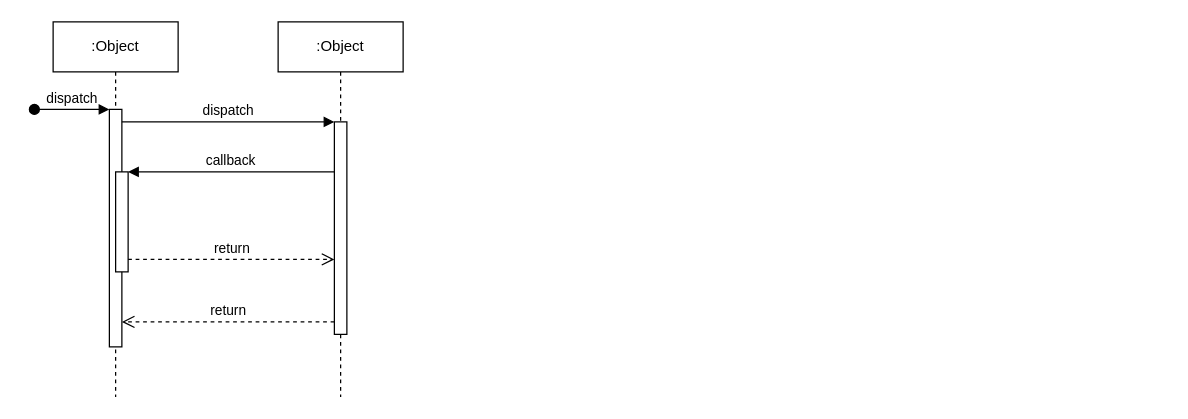
This is public/sequence diagram.drawio from Ebrahim-Ramadan/myfitrainer-app, a draw.io file, before an edit. Source tidied: cells renumbered, new cells numbered last; positions are measured from the earlier drawing's top-left corner, leaving out a move shared by most shapes. Both pictures are drawn from the tidied source at 125%, with x=0, y=0 at pixel (34, 21).
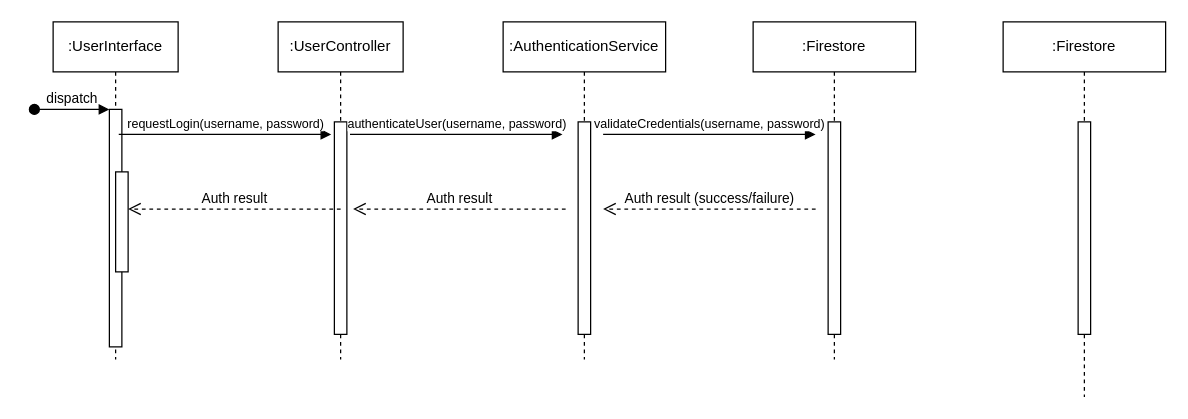
After the change.

The change refers to these unchanged cells:
```xml
<mxCell id="3" style="html=1;points=[];perimeter=orthogonalPerimeter;outlineConnect=0;targetShapes=umlLifeline;portConstraint=eastwest;newEdgeStyle={&quot;edgeStyle&quot;:&quot;elbowEdgeStyle&quot;,&quot;elbow&quot;:&quot;vertical&quot;,&quot;curved&quot;:0,&quot;rounded&quot;:0};" parent="2" vertex="1">
  <mxGeometry x="45" y="70" width="10" height="190" as="geometry" />
</mxCell>
<mxCell id="5" style="html=1;points=[];perimeter=orthogonalPerimeter;outlineConnect=0;targetShapes=umlLifeline;portConstraint=eastwest;newEdgeStyle={&quot;edgeStyle&quot;:&quot;elbowEdgeStyle&quot;,&quot;elbow&quot;:&quot;vertical&quot;,&quot;curved&quot;:0,&quot;rounded&quot;:0};" parent="2" vertex="1">
  <mxGeometry x="50" y="120" width="10" height="80" as="geometry" />
</mxCell>
<mxCell id="7" style="html=1;points=[];perimeter=orthogonalPerimeter;outlineConnect=0;targetShapes=umlLifeline;portConstraint=eastwest;newEdgeStyle={&quot;edgeStyle&quot;:&quot;elbowEdgeStyle&quot;,&quot;elbow&quot;:&quot;vertical&quot;,&quot;curved&quot;:0,&quot;rounded&quot;:0};" parent="6" vertex="1">
  <mxGeometry x="45" y="80" width="10" height="170" as="geometry" />
</mxCell>
```

What changed in the source:
```diff
@@
-    <mxCell id="2" value=":Object" style="shape=umlLifeline;perimeter=lifelinePerimeter;whiteSpace=wrap;html=1;newEdgeStyle={&quot;edgeStyle&quot;:&quot;elbowEdgeStyle&quot;,&quot;elbow&quot;:&quot;vertical&quot;,&quot;curved&quot;:0,&quot;rounded&quot;:0};" parent="1" vertex="1">
-      <mxGeometry x="15" width="100" height="300" as="geometry" />
+    <mxCell id="2" value=":UserInterface" style="shape=umlLifeline;perimeter=lifelinePerimeter;whiteSpace=wrap;html=1;newEdgeStyle={&quot;edgeStyle&quot;:&quot;elbowEdgeStyle&quot;,&quot;elbow&quot;:&quot;vertical&quot;,&quot;curved&quot;:0,&quot;rounded&quot;:0};" parent="1" vertex="1">
+      <mxGeometry x="15" width="100" height="270" as="geometry" />
     </mxCell>
@@
-    <mxCell id="6" value=":Object" style="shape=umlLifeline;perimeter=lifelinePerimeter;whiteSpace=wrap;html=1;newEdgeStyle={&quot;edgeStyle&quot;:&quot;elbowEdgeStyle&quot;,&quot;elbow&quot;:&quot;vertical&quot;,&quot;curved&quot;:0,&quot;rounded&quot;:0};" parent="1" vertex="1">
-      <mxGeometry x="195" width="100" height="300" as="geometry" />
+    <mxCell id="6" value=":UserController" style="shape=umlLifeline;perimeter=lifelinePerimeter;whiteSpace=wrap;html=1;newEdgeStyle={&quot;edgeStyle&quot;:&quot;elbowEdgeStyle&quot;,&quot;elbow&quot;:&quot;vertical&quot;,&quot;curved&quot;:0,&quot;rounded&quot;:0};" parent="1" vertex="1">
+      <mxGeometry x="195" width="100" height="270" as="geometry" />
     </mxCell>
@@
-    <mxCell id="8" value="dispatch" style="html=1;verticalAlign=bottom;endArrow=block;edgeStyle=elbowEdgeStyle;elbow=vertical;curved=0;rounded=0;" parent="1" edge="1" source="3" target="7">
+    <mxCell id="8" value="&lt;div&gt;&lt;font style=&quot;font-size: 10px;&quot;&gt;requestLogin(username, password)&lt;/font&gt;&lt;/div&gt;" style="html=1;verticalAlign=bottom;endArrow=block;edgeStyle=elbowEdgeStyle;elbow=vertical;curved=0;rounded=0;" parent="1" edge="1">
       <mxGeometry relative="1" as="geometry">
+        <mxPoint x="67.5" y="90" as="sourcePoint" />
+        <mxPoint x="237.5" y="90" as="targetPoint" />
         <Array as="points">
-          <mxPoint x="155" y="80" />
+          <mxPoint x="152.5" y="90" />
         </Array>
       </mxGeometry>
     </mxCell>
-    <mxCell id="9" value="return" style="html=1;verticalAlign=bottom;endArrow=open;dashed=1;endSize=8;edgeStyle=elbowEdgeStyle;elbow=vertical;curved=0;rounded=0;" parent="1" edge="1" source="7" target="3">
+    <mxCell id="9" value="&lt;div&gt;Auth result (success/failure)&lt;/div&gt;" style="html=1;verticalAlign=bottom;endArrow=open;dashed=1;endSize=8;edgeStyle=elbowEdgeStyle;elbow=vertical;curved=0;rounded=0;" parent="1" edge="1">
       <mxGeometry relative="1" as="geometry">
+        <mxPoint x="625" y="149.7" as="sourcePoint" />
+        <mxPoint x="455" y="149.7" as="targetPoint" />
         <Array as="points">
-          <mxPoint x="165" y="240" />
+          <mxPoint x="550" y="149.7" />
         </Array>
       </mxGeometry>
     </mxCell>
-    <mxCell id="10" value="callback" style="html=1;verticalAlign=bottom;endArrow=block;edgeStyle=elbowEdgeStyle;elbow=vertical;curved=0;rounded=0;" parent="1" edge="1" source="7" target="5">
-      <mxGeometry relative="1" as="geometry">
-        <Array as="points">
-          <mxPoint x="165" y="120" />
-        </Array>
-      </mxGeometry>
-    </mxCell>
-    <mxCell id="11" value="return" style="html=1;verticalAlign=bottom;endArrow=open;dashed=1;endSize=8;edgeStyle=elbowEdgeStyle;elbow=vertical;curved=0;rounded=0;" parent="1" edge="1" source="5" target="7">
-      <mxGeometry relative="1" as="geometry">
-        <Array as="points">
-          <mxPoint x="155" y="190" />
-        </Array>
-      </mxGeometry>
-    </mxCell>
+    <mxCell id="12" value=":AuthenticationService" style="shape=umlLifeline;perimeter=lifelinePerimeter;whiteSpace=wrap;html=1;newEdgeStyle={&quot;edgeStyle&quot;:&quot;elbowEdgeStyle&quot;,&quot;elbow&quot;:&quot;vertical&quot;,&quot;curved&quot;:0,&quot;rounded&quot;:0};" parent="1" vertex="1">
+      <mxGeometry x="375" width="130" height="270" as="geometry" />
+    </mxCell>
+    <mxCell id="13" style="html=1;perimeter=orthogonalPerimeter;targetShapes=umlLifeline;newEdgeStyle={&quot;edgeStyle&quot;:&quot;elbowEdgeStyle&quot;,&quot;elbow&quot;:&quot;vertical&quot;,&quot;curved&quot;:0,&quot;rounded&quot;:0};" parent="12" vertex="1">
+      <mxGeometry x="60" y="80" width="10" height="170" as="geometry" />
+    </mxCell>
+    <mxCell id="14" value=":Firestore" style="shape=umlLifeline;perimeter=lifelinePerimeter;whiteSpace=wrap;html=1;newEdgeStyle={&quot;edgeStyle&quot;:&quot;elbowEdgeStyle&quot;,&quot;elbow&quot;:&quot;vertical&quot;,&quot;curved&quot;:0,&quot;rounded&quot;:0};" parent="1" vertex="1">
+      <mxGeometry x="575" width="130" height="270" as="geometry" />
+    </mxCell>
+    <mxCell id="15" style="html=1;perimeter=orthogonalPerimeter;targetShapes=umlLifeline;newEdgeStyle={&quot;edgeStyle&quot;:&quot;elbowEdgeStyle&quot;,&quot;elbow&quot;:&quot;vertical&quot;,&quot;curved&quot;:0,&quot;rounded&quot;:0};" parent="14" vertex="1">
+      <mxGeometry x="60" y="80" width="10" height="170" as="geometry" />
+    </mxCell>
+    <mxCell id="16" value=":Firestore" style="shape=umlLifeline;perimeter=lifelinePerimeter;whiteSpace=wrap;html=1;newEdgeStyle={&quot;edgeStyle&quot;:&quot;elbowEdgeStyle&quot;,&quot;elbow&quot;:&quot;vertical&quot;,&quot;curved&quot;:0,&quot;rounded&quot;:0};" parent="1" vertex="1">
+      <mxGeometry x="775" width="130" height="300" as="geometry" />
+    </mxCell>
+    <mxCell id="17" style="html=1;perimeter=orthogonalPerimeter;targetShapes=umlLifeline;newEdgeStyle={&quot;edgeStyle&quot;:&quot;elbowEdgeStyle&quot;,&quot;elbow&quot;:&quot;vertical&quot;,&quot;curved&quot;:0,&quot;rounded&quot;:0};" parent="16" vertex="1">
+      <mxGeometry x="60" y="80" width="10" height="170" as="geometry" />
+    </mxCell>
+    <mxCell id="18" value="&lt;div&gt;&lt;font style=&quot;font-size: 10px;&quot;&gt;authenticateUser(username, password)&lt;/font&gt;&lt;/div&gt;" style="html=1;verticalAlign=bottom;endArrow=block;edgeStyle=elbowEdgeStyle;elbow=vertical;curved=0;rounded=0;" parent="1" edge="1">
+      <mxGeometry relative="1" as="geometry">
+        <mxPoint x="252.5" y="90" as="sourcePoint" />
+        <mxPoint x="422.5" y="90" as="targetPoint" />
+        <Array as="points">
+          <mxPoint x="337.5" y="90" />
+        </Array>
+      </mxGeometry>
+    </mxCell>
+    <mxCell id="19" value="&lt;div&gt;&lt;font style=&quot;font-size: 10px;&quot;&gt;validateCredentials(username, password)&lt;/font&gt;&lt;/div&gt;" style="html=1;verticalAlign=bottom;endArrow=block;edgeStyle=elbowEdgeStyle;elbow=vertical;curved=0;rounded=0;" parent="1" edge="1">
+      <mxGeometry relative="1" as="geometry">
+        <mxPoint x="455" y="90" as="sourcePoint" />
+        <mxPoint x="625" y="90" as="targetPoint" />
+        <Array as="points">
+          <mxPoint x="540" y="90" />
+        </Array>
+      </mxGeometry>
+    </mxCell>
+    <mxCell id="20" value="&lt;div&gt;Auth result&lt;/div&gt;" style="html=1;verticalAlign=bottom;endArrow=open;dashed=1;endSize=8;edgeStyle=elbowEdgeStyle;elbow=vertical;curved=0;rounded=0;" parent="1" edge="1">
+      <mxGeometry relative="1" as="geometry">
+        <mxPoint x="425" y="149.7" as="sourcePoint" />
+        <mxPoint x="255" y="149.7" as="targetPoint" />
+        <Array as="points">
+          <mxPoint x="350" y="149.7" />
+        </Array>
+      </mxGeometry>
+    </mxCell>
+    <mxCell id="21" value="&lt;div&gt;Auth result&lt;/div&gt;" style="html=1;verticalAlign=bottom;endArrow=open;dashed=1;endSize=8;edgeStyle=elbowEdgeStyle;elbow=vertical;curved=0;rounded=0;" parent="1" edge="1">
+      <mxGeometry relative="1" as="geometry">
+        <mxPoint x="245" y="149.7" as="sourcePoint" />
+        <mxPoint x="75" y="149.7" as="targetPoint" />
+        <Array as="points">
+          <mxPoint x="170" y="149.7" />
+        </Array>
+      </mxGeometry>
+    </mxCell>
```
